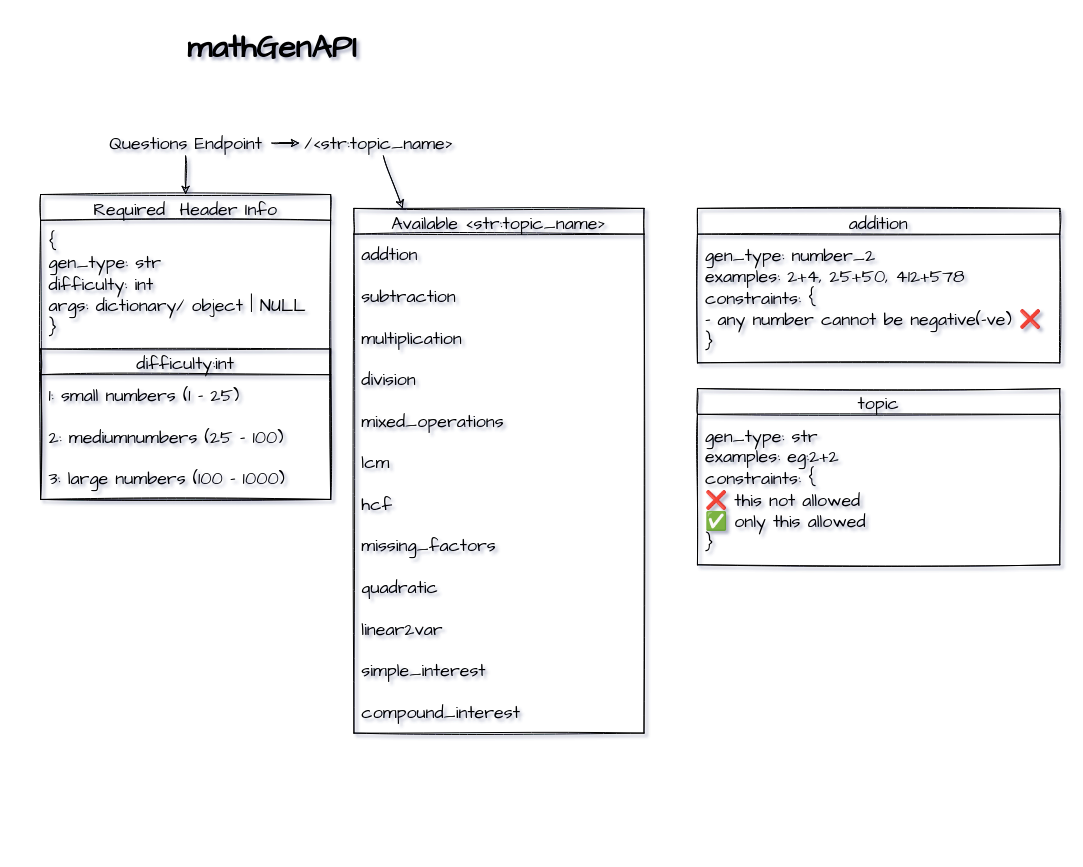
The draw.io diagram page "General Planning" (1 of 9) of docs/project_diagrams.drawio in jagrutgala/SEM-VI-Project, before the edit. Source tidied: cells renumbered, new cells numbered last; positions are measured from the earlier drawing's top-left corner, leaving out a move shared by most shapes. Both pictures are drawn from the tidied source at 99%, with x=0, y=0 at pixel (41, 17).
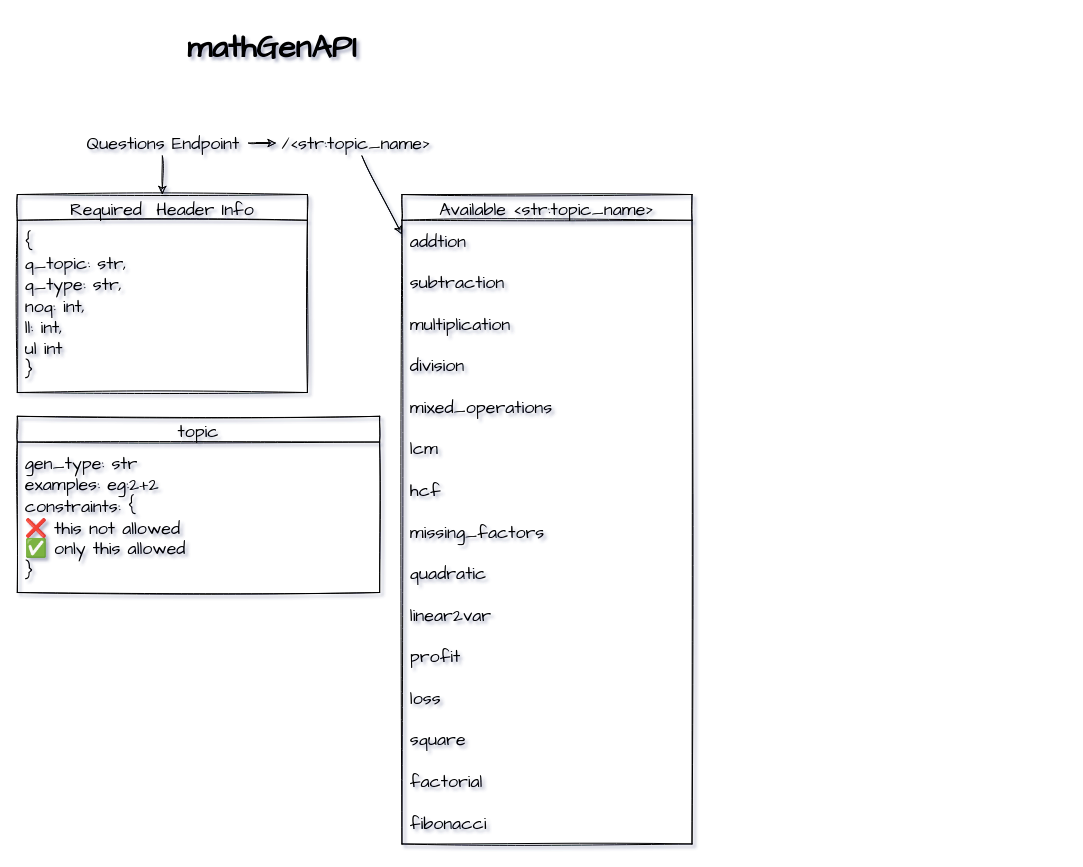
The same diagram, later.

The change refers to these unchanged cells:
```xml
<mxCell id="4" value="Questions Endpoint" style="text;html=1;align=center;verticalAlign=middle;points=[];strokeColor=none;fillColor=none;fontSize=18;fontFamily=Comic Sans MS;comic=1;sketch=1;" parent="3" vertex="1">
  <mxGeometry width="174" height="26" as="geometry" />
</mxCell>
<mxCell id="5" value="/&amp;lt;str:topic_name&amp;gt;" style="text;html=1;align=center;verticalAlign=middle;points=[];strokeColor=none;fillColor=none;fontSize=18;fontFamily=Comic Sans MS;comic=1;sketch=1;" parent="3" vertex="1">
  <mxGeometry x="202" width="160" height="26" as="geometry" />
</mxCell>
```

Diff of the diagram source:
```diff
@@
+    <mxCell id="32" style="group;" parent="1" vertex="1">
+      <mxGeometry x="-24" y="114" width="681.5" height="721" as="geometry" />
+    </mxCell>
-    <mxCell id="3" style="group;" parent="1" vertex="1">
-      <mxGeometry x="59" y="114" width="362" height="26" as="geometry" />
+    <mxCell id="3" style="group;" parent="32" vertex="1">
+      <mxGeometry x="59.5" width="362" height="26" as="geometry" />
     </mxCell>
@@
-    <mxCell id="7" value="Required  Header Info" style="swimlane;fontStyle=0;horizontal=1;startSize=26;fillColor=none;fontFamily=Comic Sans MS;fontSize=18;comic=1;sketch=1;" parent="1" vertex="1">
-      <mxGeometry x="-0.5" y="179" width="293" height="308" as="geometry" />
+    <mxCell id="7" value="Required  Header Info" style="swimlane;fontStyle=0;horizontal=1;startSize=26;fillColor=none;fontFamily=Comic Sans MS;fontSize=18;comic=1;sketch=1;" parent="32" vertex="1">
+      <mxGeometry y="65" width="293" height="200" as="geometry" />
     </mxCell>
-    <mxCell id="8" value="&lt;span style=&quot;&quot;&gt;{&lt;/span&gt;&lt;br style=&quot;&quot;&gt;&lt;span style=&quot;&quot;&gt;gen_type: str&lt;/span&gt;&lt;br style=&quot;&quot;&gt;&lt;span style=&quot;&quot;&gt;difficulty: int&lt;/span&gt;&lt;br style=&quot;&quot;&gt;&lt;span style=&quot;&quot;&gt;args: dictionary/ object | NULL&lt;/span&gt;&lt;br style=&quot;&quot;&gt;&lt;div style=&quot;&quot;&gt;&lt;span&gt;}&lt;/span&gt;&lt;/div&gt;" style="text;html=1;align=left;verticalAlign=middle;strokeColor=none;fillColor=none;fontSize=18;fontFamily=Comic Sans MS;spacingLeft=0;spacingRight=0;spacing=8;comic=1;sketch=1;" parent="7" vertex="1">
-      <mxGeometry y="26" width="293" height="130" as="geometry" />
+    <mxCell id="8" value="{&lt;br&gt;q_topic: str,&lt;br&gt;q_type: str,&lt;br&gt;noq: int,&lt;br&gt;ll: int,&lt;br&gt;ul int&lt;br&gt;}" style="text;html=1;align=left;verticalAlign=middle;strokeColor=none;fillColor=none;fontSize=18;fontFamily=Comic Sans MS;spacingLeft=0;spacingRight=0;spacing=8;comic=1;sketch=1;" parent="7" vertex="1">
+      <mxGeometry y="26" width="293" height="174" as="geometry" />
     </mxCell>
-    <mxCell id="9" value="difficulty:int" style="swimlane;fontStyle=0;horizontal=1;startSize=26;fillColor=none;fontFamily=Comic Sans MS;fontSize=18;comic=1;sketch=1;align=center;" parent="7" vertex="1">
-      <mxGeometry y="156" width="293" height="152" as="geometry" />
-    </mxCell>
-    <mxCell id="10" value="1: small numbers (1 - 25)" style="text;html=1;align=left;verticalAlign=middle;strokeColor=none;fillColor=none;fontSize=18;fontFamily=Comic Sans MS;spacingLeft=0;spacingRight=0;spacing=8;comic=1;sketch=1;" parent="9" vertex="1">
-      <mxGeometry y="26" width="293" height="42" as="geometry" />
-    </mxCell>
-    <mxCell id="11" value="2: mediumnumbers (25 - 100)" style="text;html=1;align=left;verticalAlign=middle;strokeColor=none;fillColor=none;fontSize=18;fontFamily=Comic Sans MS;spacingLeft=0;spacingRight=0;spacing=8;comic=1;sketch=1;" parent="9" vertex="1">
-      <mxGeometry y="68" width="293" height="42" as="geometry" />
-    </mxCell>
-    <mxCell id="12" value="3: large numbers (100 - 1000)" style="text;html=1;align=left;verticalAlign=middle;strokeColor=none;fillColor=none;fontSize=18;fontFamily=Comic Sans MS;spacingLeft=0;spacingRight=0;spacing=8;comic=1;sketch=1;" parent="9" vertex="1">
-      <mxGeometry y="110" width="293" height="42" as="geometry" />
-    </mxCell>
-    <mxCell id="13" value="Available &lt;str:topic_name&gt;" style="swimlane;fontStyle=0;horizontal=1;startSize=26;fillColor=none;fontFamily=Comic Sans MS;fontSize=18;comic=1;sketch=1;" parent="1" vertex="1">
-      <mxGeometry x="316" y="193" width="293" height="530" as="geometry" />
+    <mxCell id="13" value="Available &lt;str:topic_name&gt;" style="swimlane;fontStyle=0;horizontal=1;startSize=26;fillColor=none;fontFamily=Comic Sans MS;fontSize=18;comic=1;sketch=1;" parent="32" vertex="1">
+      <mxGeometry x="388.5" y="65" width="293" height="656" as="geometry" />
     </mxCell>
@@
-    <mxCell id="24" value="simple_interest" style="text;html=1;align=left;verticalAlign=middle;strokeColor=none;fillColor=none;fontSize=18;fontFamily=Comic Sans MS;spacingLeft=0;spacingRight=0;spacing=8;comic=1;sketch=1;" parent="13" vertex="1">
-      <mxGeometry y="446" width="293" height="42" as="geometry" />
-    </mxCell>
-    <mxCell id="25" value="compound_interest" style="text;html=1;align=left;verticalAlign=middle;strokeColor=none;fillColor=none;fontSize=18;fontFamily=Comic Sans MS;spacingLeft=0;spacingRight=0;spacing=8;comic=1;sketch=1;" parent="13" vertex="1">
-      <mxGeometry y="488" width="293" height="42" as="geometry" />
-    </mxCell>
+    <mxCell id="33" value="profit" style="text;html=1;align=left;verticalAlign=middle;strokeColor=none;fillColor=none;fontSize=18;fontFamily=Comic Sans MS;spacingLeft=0;spacingRight=0;spacing=8;comic=1;sketch=1;" parent="13" vertex="1">
+      <mxGeometry y="446" width="293" height="42" as="geometry" />
+    </mxCell>
+    <mxCell id="34" value="loss" style="text;html=1;align=left;verticalAlign=middle;strokeColor=none;fillColor=none;fontSize=18;fontFamily=Comic Sans MS;spacingLeft=0;spacingRight=0;spacing=8;comic=1;sketch=1;" parent="13" vertex="1">
+      <mxGeometry y="488" width="293" height="42" as="geometry" />
+    </mxCell>
+    <mxCell id="35" value="square" style="text;html=1;align=left;verticalAlign=middle;strokeColor=none;fillColor=none;fontSize=18;fontFamily=Comic Sans MS;spacingLeft=0;spacingRight=0;spacing=8;comic=1;sketch=1;" parent="13" vertex="1">
+      <mxGeometry y="530" width="293" height="42" as="geometry" />
+    </mxCell>
+    <mxCell id="36" value="factorial" style="text;html=1;align=left;verticalAlign=middle;strokeColor=none;fillColor=none;fontSize=18;fontFamily=Comic Sans MS;spacingLeft=0;spacingRight=0;spacing=8;comic=1;sketch=1;" parent="13" vertex="1">
+      <mxGeometry y="572" width="293" height="42" as="geometry" />
+    </mxCell>
+    <mxCell id="37" value="fibonacci" style="text;html=1;align=left;verticalAlign=middle;strokeColor=none;fillColor=none;fontSize=18;fontFamily=Comic Sans MS;spacingLeft=0;spacingRight=0;spacing=8;comic=1;sketch=1;" parent="13" vertex="1">
+      <mxGeometry y="614" width="293" height="42" as="geometry" />
+    </mxCell>
-    <mxCell id="26" style="rounded=0;comic=1;sketch=1;jettySize=auto;html=1;fontFamily=Comic Sans MS;fontSize=18;" parent="1" edge="1" source="5" target="13">
+    <mxCell id="26" style="rounded=0;comic=1;sketch=1;jettySize=auto;html=1;fontFamily=Comic Sans MS;fontSize=18;" parent="32" edge="1" source="5" target="13">
       <mxGeometry relative="1" as="geometry" />
     </mxCell>
-    <mxCell id="27" style="rounded=0;comic=1;sketch=1;jettySize=auto;html=1;fontFamily=Comic Sans MS;fontSize=18;" parent="1" edge="1" source="4" target="7">
+    <mxCell id="27" style="rounded=0;comic=1;sketch=1;jettySize=auto;html=1;fontFamily=Comic Sans MS;fontSize=18;" parent="32" edge="1" source="4" target="7">
       <mxGeometry relative="1" as="geometry" />
     </mxCell>
-    <mxCell id="28" value="addition" style="swimlane;fontStyle=0;horizontal=1;startSize=26;fillColor=none;fontFamily=Comic Sans MS;fontSize=18;comic=1;sketch=1;" parent="1" vertex="1">
-      <mxGeometry x="663" y="193" width="366" height="156" as="geometry" />
-    </mxCell>
-    <mxCell id="29" value="gen_type: number_2&lt;br&gt;examples: 2+4, 25+50, 412+578&lt;br&gt;constraints: {&lt;br&gt;- any number cannot be negative(-ve) ❌&lt;br&gt;}" style="text;html=1;align=left;verticalAlign=middle;strokeColor=none;fillColor=none;fontSize=18;fontFamily=Comic Sans MS;spacingLeft=0;spacingRight=0;spacing=8;comic=1;sketch=1;" parent="28" vertex="1">
-      <mxGeometry y="26" width="366" height="130" as="geometry" />
-    </mxCell>
-    <mxCell id="30" value="topic" style="swimlane;fontStyle=0;horizontal=1;startSize=26;fillColor=none;fontFamily=Comic Sans MS;fontSize=18;comic=1;sketch=1;" parent="1" vertex="1">
-      <mxGeometry x="663" y="375" width="366" height="178" as="geometry" />
+    <mxCell id="30" value="topic" style="swimlane;fontStyle=0;horizontal=1;startSize=26;fillColor=none;fontFamily=Comic Sans MS;fontSize=18;comic=1;sketch=1;" parent="32" vertex="1">
+      <mxGeometry y="289" width="366" height="178" as="geometry" />
     </mxCell>
```
